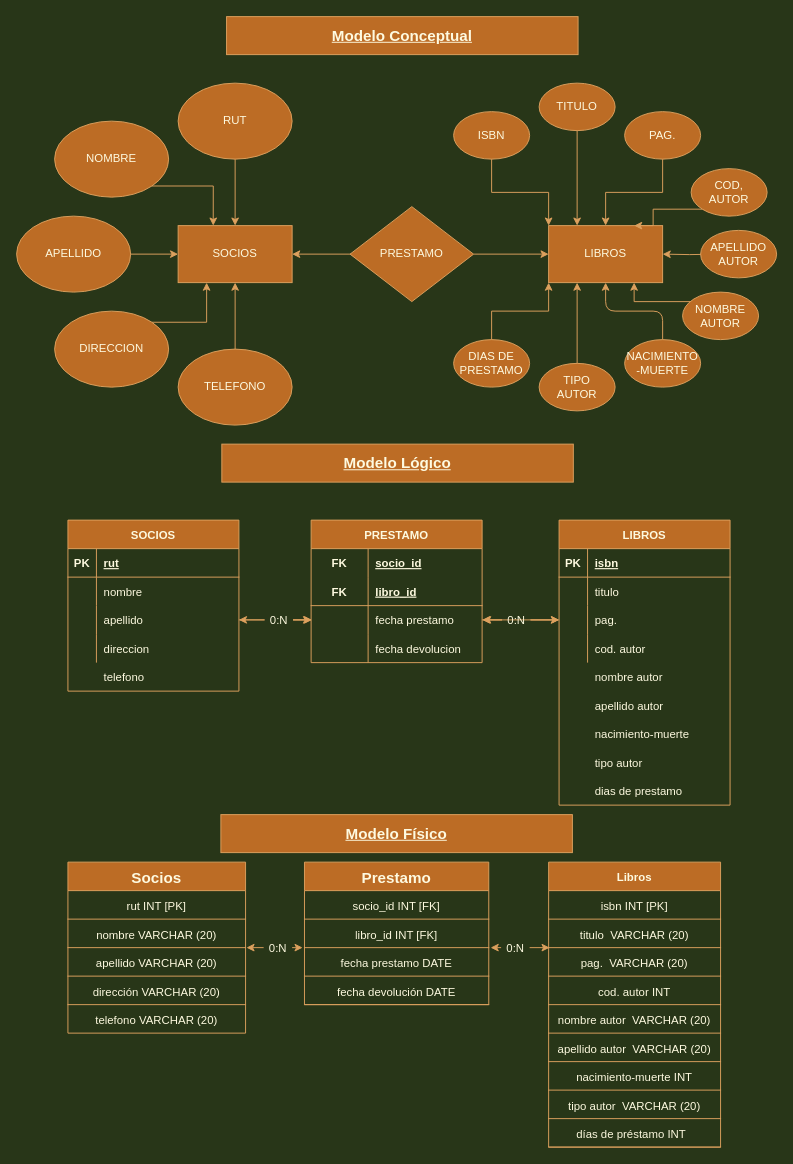
The draw.io diagram Untitled Diagram.drawio in LinkCL001/Prueba_Biblioteca, before the edit. Source tidied: cells renumbered, new cells numbered last; positions are measured from the earlier drawing's top-left corner, leaving out a move shared by most shapes. Both pictures are drawn from the tidied source at 95%, with x=0, y=0 at pixel (16, 16).
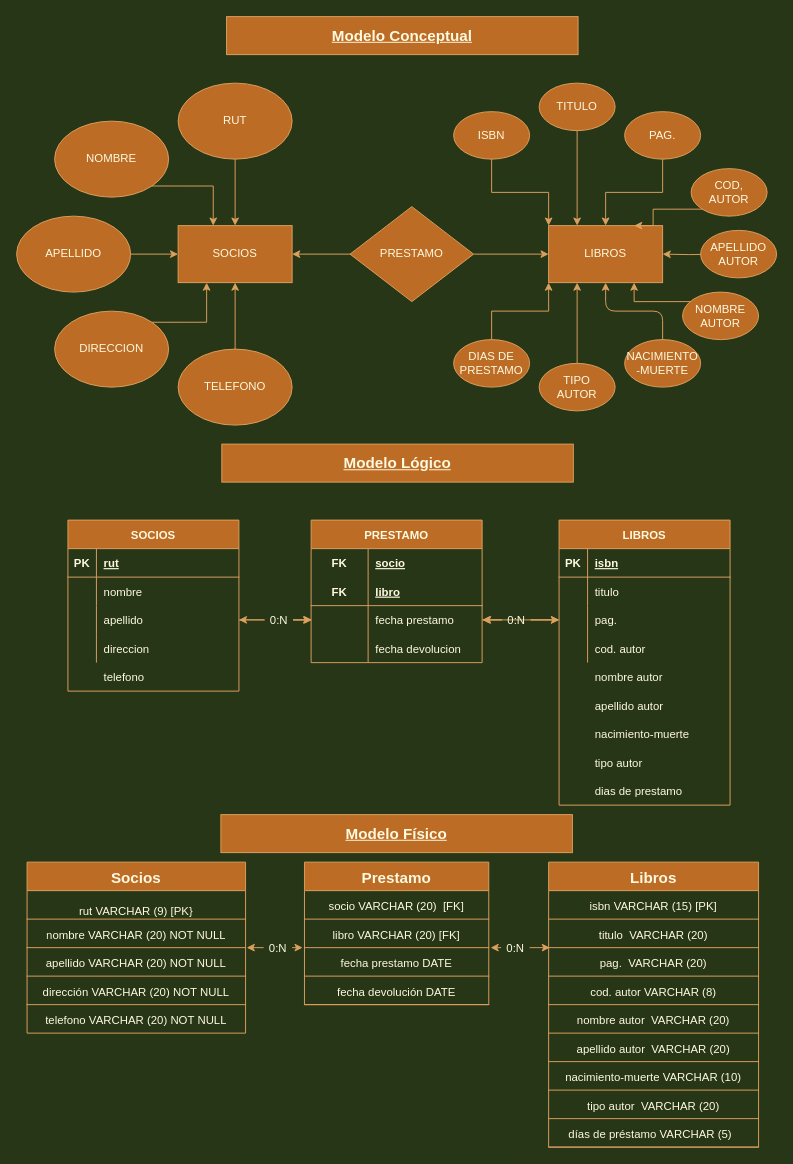
After the change.

The change refers to these unchanged cells:
```xml
<mxCell id="49" style="shape=partialRectangle;fillColor=none;top=0;left=0;bottom=0;right=0;strokeColor=#DDA15E;fontColor=#FEFAE0;" parent="48" vertex="1">
  <mxGeometry y="30" width="180" height="30" as="geometry" />
</mxCell>
<mxCell id="52" style="shape=partialRectangle;fillColor=none;top=0;left=0;bottom=1;right=0;strokeColor=#DDA15E;fontColor=#FEFAE0;" parent="48" vertex="1">
  <mxGeometry y="60" width="180" height="30" as="geometry" />
</mxCell>
<mxCell id="94" style="shape=partialRectangle;html=1;whiteSpace=wrap;fillColor=none;top=0;left=0;bottom=1;right=0;fontSize=16;strokeColor=#DDA15E;fontColor=#FEFAE0;" parent="93" vertex="1">
  <mxGeometry y="30" width="194" height="30" as="geometry" />
</mxCell>
<mxCell id="96" style="shape=partialRectangle;html=1;whiteSpace=wrap;fillColor=none;top=0;left=0;bottom=1;right=0;fontSize=16;strokeColor=#DDA15E;fontColor=#FEFAE0;" parent="93" vertex="1">
  <mxGeometry y="60" width="194" height="30" as="geometry" />
</mxCell>
```

The edit, as a diff of the source:
```diff
@@
-    <mxCell id="51" value="socio_id" style="shape=partialRectangle;fillColor=none;top=0;left=0;bottom=0;right=0;align=left;spacingLeft=6;fontStyle=5;overflow=hidden;strokeColor=#DDA15E;fontColor=#FEFAE0;" parent="49" vertex="1">
+    <mxCell id="51" value="socio" style="shape=partialRectangle;fillColor=none;top=0;left=0;bottom=0;right=0;align=left;spacingLeft=6;fontStyle=5;overflow=hidden;strokeColor=#DDA15E;fontColor=#FEFAE0;" parent="49" vertex="1">
       <mxGeometry x="60" width="120" height="30" as="geometry" />
     </mxCell>
@@
-    <mxCell id="54" value="libro_id" style="shape=partialRectangle;fillColor=none;top=0;left=0;bottom=0;right=0;align=left;spacingLeft=6;fontStyle=5;overflow=hidden;strokeColor=#DDA15E;fontColor=#FEFAE0;" parent="52" vertex="1">
+    <mxCell id="54" value="libro" style="shape=partialRectangle;fillColor=none;top=0;left=0;bottom=0;right=0;align=left;spacingLeft=6;fontStyle=5;overflow=hidden;strokeColor=#DDA15E;fontColor=#FEFAE0;" parent="52" vertex="1">
       <mxGeometry x="60" width="120" height="30" as="geometry" />
     </mxCell>
@@
     <mxCell id="83" value="Socios" style="shape=table;startSize=30;childLayout=tableLayout;rowLines=0;fontStyle=1;align=center;fontSize=16;fillColor=#BC6C25;strokeColor=#DDA15E;fontColor=#FEFAE0;" parent="1" vertex="1">
-      <mxGeometry x="54" y="890" width="187" height="180" as="geometry" />
+      <mxGeometry x="11" y="890" width="230" height="180" as="geometry" />
     </mxCell>
     <mxCell id="84" style="shape=partialRectangle;html=1;whiteSpace=wrap;fillColor=none;top=0;left=0;bottom=1;right=0;fontSize=16;strokeColor=#DDA15E;fontColor=#FEFAE0;" parent="83" vertex="1">
-      <mxGeometry y="30" width="187" height="30" as="geometry" />
+      <mxGeometry y="30" width="230" height="30" as="geometry" />
     </mxCell>
-    <mxCell id="85" value="&lt;span style=&quot;font-size: 12px ; text-align: left&quot;&gt;rut INT [PK]&lt;/span&gt;" style="shape=partialRectangle;html=1;whiteSpace=wrap;fillColor=none;top=0;left=0;bottom=0;right=0;overflow=hidden;fontSize=16;strokeColor=#DDA15E;fontColor=#FEFAE0;" parent="84" vertex="1">
-      <mxGeometry width="187" height="30" as="geometry" />
+    <mxCell id="85" value="&lt;p style=&quot;font-size: 12px&quot;&gt;rut VARCHAR (9) [PK}&lt;/p&gt;" style="shape=partialRectangle;html=1;whiteSpace=wrap;fillColor=none;top=0;left=0;bottom=0;right=0;overflow=hidden;fontSize=16;strokeColor=#DDA15E;fontColor=#FEFAE0;" parent="84" vertex="1">
+      <mxGeometry width="230" height="30" as="geometry" />
     </mxCell>
     <mxCell id="86" style="shape=partialRectangle;html=1;whiteSpace=wrap;fillColor=none;top=0;left=0;bottom=1;right=0;fontSize=16;strokeColor=#DDA15E;fontColor=#FEFAE0;" parent="83" vertex="1">
-      <mxGeometry y="60" width="187" height="30" as="geometry" />
+      <mxGeometry y="60" width="230" height="30" as="geometry" />
     </mxCell>
-    <mxCell id="87" value="&lt;span style=&quot;font-size: 12px ; text-align: left&quot;&gt;nombre VARCHAR (20)&lt;/span&gt;" style="shape=partialRectangle;html=1;whiteSpace=wrap;fillColor=none;top=0;left=0;bottom=0;right=0;overflow=hidden;fontSize=16;strokeColor=#DDA15E;fontColor=#FEFAE0;" parent="86" vertex="1">
-      <mxGeometry width="187" height="30" as="geometry" />
+    <mxCell id="87" value="&lt;span style=&quot;font-size: 12px ; text-align: left&quot;&gt;nombre VARCHAR (20) NOT NULL&lt;/span&gt;" style="shape=partialRectangle;html=1;whiteSpace=wrap;fillColor=none;top=0;left=0;bottom=0;right=0;overflow=hidden;fontSize=16;strokeColor=#DDA15E;fontColor=#FEFAE0;" parent="86" vertex="1">
+      <mxGeometry width="230" height="30" as="geometry" />
     </mxCell>
     <mxCell id="88" style="shape=partialRectangle;html=1;whiteSpace=wrap;fillColor=none;top=0;left=0;bottom=1;right=0;points=[[0,0.5],[1,0.5]];portConstraint=eastwest;fontSize=16;strokeColor=#DDA15E;fontColor=#FEFAE0;" parent="83" vertex="1">
-      <mxGeometry y="90" width="187" height="30" as="geometry" />
+      <mxGeometry y="90" width="230" height="30" as="geometry" />
     </mxCell>
-    <mxCell id="89" value="&lt;span style=&quot;font-size: 12px ; text-align: left&quot;&gt;apellido&amp;nbsp;&lt;/span&gt;&lt;span style=&quot;font-size: 12px ; text-align: left&quot;&gt;VARCHAR (20)&lt;/span&gt;" style="shape=partialRectangle;html=1;whiteSpace=wrap;fillColor=none;top=0;left=0;bottom=0;right=0;overflow=hidden;fontSize=16;strokeColor=#DDA15E;fontColor=#FEFAE0;" parent="88" vertex="1">
-      <mxGeometry width="187" height="30" as="geometry" />
+    <mxCell id="89" value="&lt;span style=&quot;font-size: 12px ; text-align: left&quot;&gt;apellido&amp;nbsp;&lt;/span&gt;&lt;span style=&quot;font-size: 12px ; text-align: left&quot;&gt;VARCHAR (20)&amp;nbsp;&lt;/span&gt;&lt;span style=&quot;font-size: 12px ; text-align: left&quot;&gt;NOT NULL&lt;/span&gt;" style="shape=partialRectangle;html=1;whiteSpace=wrap;fillColor=none;top=0;left=0;bottom=0;right=0;overflow=hidden;fontSize=16;strokeColor=#DDA15E;fontColor=#FEFAE0;" parent="88" vertex="1">
+      <mxGeometry width="230" height="30" as="geometry" />
     </mxCell>
     <mxCell id="90" style="shape=partialRectangle;html=1;whiteSpace=wrap;fillColor=none;top=0;left=0;bottom=1;right=0;fontSize=16;strokeColor=#DDA15E;fontColor=#FEFAE0;" parent="83" vertex="1">
-      <mxGeometry y="120" width="187" height="30" as="geometry" />
+      <mxGeometry y="120" width="230" height="30" as="geometry" />
     </mxCell>
-    <mxCell id="91" value="&lt;span style=&quot;font-size: 12px ; text-align: left&quot;&gt;dirección&amp;nbsp;&lt;/span&gt;&lt;span style=&quot;font-size: 12px ; text-align: left&quot;&gt;VARCHAR (20)&lt;/span&gt;" style="shape=partialRectangle;html=1;whiteSpace=wrap;fillColor=none;top=0;left=0;bottom=0;right=0;overflow=hidden;fontSize=16;strokeColor=#DDA15E;fontColor=#FEFAE0;" parent="90" vertex="1">
-      <mxGeometry width="187" height="30" as="geometry" />
+    <mxCell id="91" value="&lt;span style=&quot;font-size: 12px ; text-align: left&quot;&gt;dirección&amp;nbsp;&lt;/span&gt;&lt;span style=&quot;font-size: 12px ; text-align: left&quot;&gt;VARCHAR (20)&amp;nbsp;&lt;/span&gt;&lt;span style=&quot;font-size: 12px ; text-align: left&quot;&gt;NOT NULL&lt;/span&gt;" style="shape=partialRectangle;html=1;whiteSpace=wrap;fillColor=none;top=0;left=0;bottom=0;right=0;overflow=hidden;fontSize=16;strokeColor=#DDA15E;fontColor=#FEFAE0;" parent="90" vertex="1">
+      <mxGeometry width="230" height="30" as="geometry" />
     </mxCell>
-    <mxCell id="92" value="&lt;span style=&quot;font-size: 12px ; text-align: left&quot;&gt;telefono&amp;nbsp;&lt;/span&gt;&lt;span style=&quot;font-size: 12px ; text-align: left&quot;&gt;VARCHAR (20)&lt;/span&gt;" style="shape=partialRectangle;html=1;whiteSpace=wrap;fillColor=none;top=0;left=0;bottom=0;right=0;overflow=hidden;fontSize=16;strokeColor=#DDA15E;fontColor=#FEFAE0;" parent="1" vertex="1">
-      <mxGeometry x="54" y="1040" width="187" height="30" as="geometry" />
+    <mxCell id="92" value="&lt;span style=&quot;font-size: 12px ; text-align: left&quot;&gt;telefono&amp;nbsp;&lt;/span&gt;&lt;span style=&quot;font-size: 12px ; text-align: left&quot;&gt;VARCHAR (20)&amp;nbsp;&lt;/span&gt;&lt;span style=&quot;font-size: 12px ; text-align: left&quot;&gt;NOT NULL&lt;/span&gt;" style="shape=partialRectangle;html=1;whiteSpace=wrap;fillColor=none;top=0;left=0;bottom=0;right=0;overflow=hidden;fontSize=16;strokeColor=#DDA15E;fontColor=#FEFAE0;" parent="1" vertex="1">
+      <mxGeometry x="11" y="1040" width="230" height="30" as="geometry" />
     </mxCell>
@@
-    <mxCell id="95" value="&lt;span style=&quot;font-size: 12px ; text-align: left&quot;&gt;socio_id INT [FK]&lt;/span&gt;" style="shape=partialRectangle;html=1;whiteSpace=wrap;fillColor=none;top=0;left=0;bottom=0;right=0;overflow=hidden;fontSize=16;strokeColor=#DDA15E;fontColor=#FEFAE0;" parent="94" vertex="1">
+    <mxCell id="95" value="&lt;span style=&quot;font-size: 12px ; text-align: left&quot;&gt;socio VARCHAR (20)&amp;nbsp; [FK]&lt;/span&gt;" style="shape=partialRectangle;html=1;whiteSpace=wrap;fillColor=none;top=0;left=0;bottom=0;right=0;overflow=hidden;fontSize=16;strokeColor=#DDA15E;fontColor=#FEFAE0;" parent="94" vertex="1">
       <mxGeometry width="194" height="30" as="geometry" />
     </mxCell>
@@
-    <mxCell id="97" value="&lt;span style=&quot;font-size: 12px ; text-align: left&quot;&gt;libro_id INT [FK]&lt;/span&gt;" style="shape=partialRectangle;html=1;whiteSpace=wrap;fillColor=none;top=0;left=0;bottom=0;right=0;overflow=hidden;fontSize=16;strokeColor=#DDA15E;fontColor=#FEFAE0;" parent="96" vertex="1">
+    <mxCell id="97" value="&lt;span style=&quot;font-size: 12px ; text-align: left&quot;&gt;libro VARCHAR (20) [FK]&lt;/span&gt;" style="shape=partialRectangle;html=1;whiteSpace=wrap;fillColor=none;top=0;left=0;bottom=0;right=0;overflow=hidden;fontSize=16;strokeColor=#DDA15E;fontColor=#FEFAE0;" parent="96" vertex="1">
       <mxGeometry width="194" height="30" as="geometry" />
     </mxCell>
@@
-    <mxCell id="102" value="Libros" style="shape=table;startSize=30;childLayout=tableLayout;rowLines=0;fontStyle=1;align=center;fontSize=12;fillColor=#BC6C25;strokeColor=#DDA15E;fontColor=#FEFAE0;" parent="1" vertex="1">
-      <mxGeometry x="560" y="890" width="181" height="300" as="geometry" />
+    <mxCell id="102" value="Libros" style="shape=table;startSize=30;childLayout=tableLayout;rowLines=0;fontStyle=1;align=center;fontSize=16;fillColor=#BC6C25;strokeColor=#DDA15E;fontColor=#FEFAE0;" parent="1" vertex="1">
+      <mxGeometry x="560" y="890" width="221" height="300" as="geometry" />
     </mxCell>
     <mxCell id="103" style="shape=partialRectangle;html=1;whiteSpace=wrap;fillColor=none;top=0;left=0;bottom=1;right=0;fontSize=16;strokeColor=#DDA15E;fontColor=#FEFAE0;" parent="102" vertex="1">
-      <mxGeometry y="30" width="181" height="30" as="geometry" />
+      <mxGeometry y="30" width="221" height="30" as="geometry" />
     </mxCell>
-    <mxCell id="104" value="&lt;span style=&quot;font-size: 12px ; text-align: left&quot;&gt;isbn INT [PK]&lt;/span&gt;" style="shape=partialRectangle;html=1;whiteSpace=wrap;fillColor=none;top=0;left=0;bottom=0;right=0;overflow=hidden;fontSize=16;strokeColor=#DDA15E;fontColor=#FEFAE0;" parent="103" vertex="1">
-      <mxGeometry width="181" height="30" as="geometry" />
+    <mxCell id="104" value="&lt;span style=&quot;font-size: 12px ; text-align: left&quot;&gt;isbn VARCHAR (15) [PK]&lt;/span&gt;" style="shape=partialRectangle;html=1;whiteSpace=wrap;fillColor=none;top=0;left=0;bottom=0;right=0;overflow=hidden;fontSize=16;strokeColor=#DDA15E;fontColor=#FEFAE0;" parent="103" vertex="1">
+      <mxGeometry width="221" height="30" as="geometry" />
     </mxCell>
     <mxCell id="105" style="shape=partialRectangle;html=1;whiteSpace=wrap;fillColor=none;top=0;left=0;bottom=1;right=0;fontSize=16;strokeColor=#DDA15E;fontColor=#FEFAE0;" parent="102" vertex="1">
-      <mxGeometry y="60" width="181" height="30" as="geometry" />
+      <mxGeometry y="60" width="221" height="30" as="geometry" />
     </mxCell>
     <mxCell id="106" value="&lt;span style=&quot;font-size: 12px ; text-align: left&quot;&gt;titulo&amp;nbsp;&lt;/span&gt;&lt;span style=&quot;font-size: 12px ; text-align: left&quot;&gt;&amp;nbsp;VARCHAR (20)&lt;/span&gt;" style="shape=partialRectangle;html=1;whiteSpace=wrap;fillColor=none;top=0;left=0;bottom=0;right=0;overflow=hidden;fontSize=16;strokeColor=#DDA15E;fontColor=#FEFAE0;" parent="105" vertex="1">
-      <mxGeometry width="181" height="30" as="geometry" />
+      <mxGeometry width="221" height="30" as="geometry" />
     </mxCell>
     <mxCell id="107" style="shape=partialRectangle;html=1;whiteSpace=wrap;fillColor=none;top=0;left=0;bottom=1;right=0;points=[[0,0.5],[1,0.5]];portConstraint=eastwest;fontSize=16;strokeColor=#DDA15E;fontColor=#FEFAE0;" parent="102" vertex="1">
-      <mxGeometry y="90" width="181" height="30" as="geometry" />
+      <mxGeometry y="90" width="221" height="30" as="geometry" />
     </mxCell>
     <mxCell id="108" value="&lt;span style=&quot;font-size: 12px ; text-align: left&quot;&gt;pag.&amp;nbsp;&lt;/span&gt;&lt;span style=&quot;font-size: 12px ; text-align: left&quot;&gt;&amp;nbsp;VARCHAR (20)&lt;/span&gt;" style="shape=partialRectangle;html=1;whiteSpace=wrap;fillColor=none;top=0;left=0;bottom=0;right=0;overflow=hidden;fontSize=16;strokeColor=#DDA15E;fontColor=#FEFAE0;" parent="107" vertex="1">
-      <mxGeometry width="181" height="30" as="geometry" />
+      <mxGeometry width="221" height="30" as="geometry" />
     </mxCell>
     <mxCell id="109" style="shape=partialRectangle;html=1;whiteSpace=wrap;fillColor=none;top=0;left=0;bottom=1;right=0;fontSize=16;strokeColor=#DDA15E;fontColor=#FEFAE0;" parent="102" vertex="1">
-      <mxGeometry y="120" width="181" height="30" as="geometry" />
+      <mxGeometry y="120" width="221" height="30" as="geometry" />
     </mxCell>
-    <mxCell id="110" value="&lt;span style=&quot;font-size: 12px ; text-align: left&quot;&gt;cod. autor INT&lt;/span&gt;" style="shape=partialRectangle;html=1;whiteSpace=wrap;fillColor=none;top=0;left=0;bottom=0;right=0;overflow=hidden;fontSize=16;strokeColor=#DDA15E;fontColor=#FEFAE0;" parent="109" vertex="1">
-      <mxGeometry width="181" height="30" as="geometry" />
+    <mxCell id="110" value="&lt;span style=&quot;font-size: 12px ; text-align: left&quot;&gt;cod. autor VARCHAR (8)&lt;/span&gt;" style="shape=partialRectangle;html=1;whiteSpace=wrap;fillColor=none;top=0;left=0;bottom=0;right=0;overflow=hidden;fontSize=16;strokeColor=#DDA15E;fontColor=#FEFAE0;" parent="109" vertex="1">
+      <mxGeometry width="221" height="30" as="geometry" />
     </mxCell>
     <mxCell id="111" style="shape=partialRectangle;html=1;whiteSpace=wrap;fillColor=none;top=0;left=0;bottom=1;right=0;fontSize=16;strokeColor=#DDA15E;fontColor=#FEFAE0;" parent="102" vertex="1">
-      <mxGeometry y="150" width="181" height="30" as="geometry" />
+      <mxGeometry y="150" width="221" height="30" as="geometry" />
     </mxCell>
     <mxCell id="112" style="shape=partialRectangle;html=1;whiteSpace=wrap;fillColor=none;top=0;left=0;bottom=0;right=0;overflow=hidden;fontSize=16;strokeColor=#DDA15E;fontColor=#FEFAE0;" parent="111" vertex="1">
-      <mxGeometry width="181" height="30" as="geometry" />
+      <mxGeometry width="221" height="30" as="geometry" />
     </mxCell>
     <mxCell id="113" style="shape=partialRectangle;html=1;whiteSpace=wrap;fillColor=none;top=0;left=0;bottom=1;right=0;fontSize=16;strokeColor=#DDA15E;fontColor=#FEFAE0;" parent="102" vertex="1">
-      <mxGeometry y="180" width="181" height="30" as="geometry" />
+      <mxGeometry y="180" width="221" height="30" as="geometry" />
     </mxCell>
     <mxCell id="114" value="&lt;font style=&quot;font-size: 12px&quot;&gt;apellido autor&amp;nbsp;&lt;/font&gt;&lt;span style=&quot;font-size: 12px ; text-align: left&quot;&gt;&amp;nbsp;VARCHAR (20)&lt;/span&gt;" style="shape=partialRectangle;html=1;whiteSpace=wrap;fillColor=none;top=0;left=0;bottom=0;right=0;overflow=hidden;fontSize=16;strokeColor=#DDA15E;fontColor=#FEFAE0;" parent="113" vertex="1">
-      <mxGeometry width="181" height="30" as="geometry" />
+      <mxGeometry width="221" height="30" as="geometry" />
     </mxCell>
     <mxCell id="115" style="shape=partialRectangle;html=1;whiteSpace=wrap;fillColor=none;top=0;left=0;bottom=1;right=0;fontSize=16;strokeColor=#DDA15E;fontColor=#FEFAE0;" parent="102" vertex="1">
-      <mxGeometry y="210" width="181" height="30" as="geometry" />
+      <mxGeometry y="210" width="221" height="30" as="geometry" />
     </mxCell>
-    <mxCell id="116" value="&lt;font style=&quot;font-size: 12px&quot;&gt;nacimiento-muerte INT&lt;/font&gt;" style="shape=partialRectangle;html=1;whiteSpace=wrap;fillColor=none;top=0;left=0;bottom=0;right=0;overflow=hidden;fontSize=16;strokeColor=#DDA15E;fontColor=#FEFAE0;" parent="115" vertex="1">
-      <mxGeometry width="181" height="30" as="geometry" />
+    <mxCell id="116" value="&lt;font style=&quot;font-size: 12px&quot;&gt;nacimiento-muerte VARCHAR (10)&lt;/font&gt;" style="shape=partialRectangle;html=1;whiteSpace=wrap;fillColor=none;top=0;left=0;bottom=0;right=0;overflow=hidden;fontSize=16;strokeColor=#DDA15E;fontColor=#FEFAE0;" parent="115" vertex="1">
+      <mxGeometry width="221" height="30" as="geometry" />
     </mxCell>
     <mxCell id="117" style="shape=partialRectangle;html=1;whiteSpace=wrap;fillColor=none;top=0;left=0;bottom=1;right=0;fontSize=16;strokeColor=#DDA15E;fontColor=#FEFAE0;" parent="102" vertex="1">
-      <mxGeometry y="240" width="181" height="30" as="geometry" />
+      <mxGeometry y="240" width="221" height="30" as="geometry" />
     </mxCell>
     <mxCell id="118" value="&lt;font style=&quot;font-size: 12px&quot;&gt;tipo autor&amp;nbsp;&lt;/font&gt;&lt;span style=&quot;font-size: 12px ; text-align: left&quot;&gt;&amp;nbsp;VARCHAR (20)&lt;/span&gt;" style="shape=partialRectangle;html=1;whiteSpace=wrap;fillColor=none;top=0;left=0;bottom=0;right=0;overflow=hidden;fontSize=16;strokeColor=#DDA15E;fontColor=#FEFAE0;" parent="117" vertex="1">
-      <mxGeometry width="181" height="30" as="geometry" />
+      <mxGeometry width="221" height="30" as="geometry" />
     </mxCell>
     <mxCell id="119" style="shape=partialRectangle;html=1;whiteSpace=wrap;fillColor=none;top=0;left=0;bottom=1;right=0;fontSize=16;strokeColor=#DDA15E;fontColor=#FEFAE0;" parent="102" vertex="1">
-      <mxGeometry y="270" width="181" height="30" as="geometry" />
+      <mxGeometry y="270" width="221" height="30" as="geometry" />
     </mxCell>
-    <mxCell id="120" value="&lt;font style=&quot;font-size: 12px&quot;&gt;días de préstamo INT&amp;nbsp;&amp;nbsp;&lt;/font&gt;" style="shape=partialRectangle;html=1;whiteSpace=wrap;fillColor=none;top=0;left=0;bottom=0;right=0;overflow=hidden;fontSize=16;strokeColor=#DDA15E;fontColor=#FEFAE0;" parent="119" vertex="1">
-      <mxGeometry width="181" height="30" as="geometry" />
+    <mxCell id="120" value="&lt;font style=&quot;font-size: 12px&quot;&gt;días de préstamo VARCHAR (5)&amp;nbsp;&amp;nbsp;&lt;/font&gt;" style="shape=partialRectangle;html=1;whiteSpace=wrap;fillColor=none;top=0;left=0;bottom=0;right=0;overflow=hidden;fontSize=16;strokeColor=#DDA15E;fontColor=#FEFAE0;" parent="119" vertex="1">
+      <mxGeometry width="221" height="30" as="geometry" />
     </mxCell>
     <mxCell id="121" value="&lt;span style=&quot;font-size: 12px ; text-align: left&quot;&gt;nombre autor&amp;nbsp;&lt;/span&gt;&lt;span style=&quot;font-size: 12px ; text-align: left&quot;&gt;&amp;nbsp;VARCHAR (20)&lt;/span&gt;" style="shape=partialRectangle;html=1;whiteSpace=wrap;fillColor=none;top=0;left=0;bottom=0;right=0;overflow=hidden;fontSize=16;strokeColor=#DDA15E;fontColor=#FEFAE0;" parent="1" vertex="1">
-      <mxGeometry x="560" y="1040" width="181" height="30" as="geometry" />
+      <mxGeometry x="560" y="1040" width="221" height="30" as="geometry" />
     </mxCell>
```
